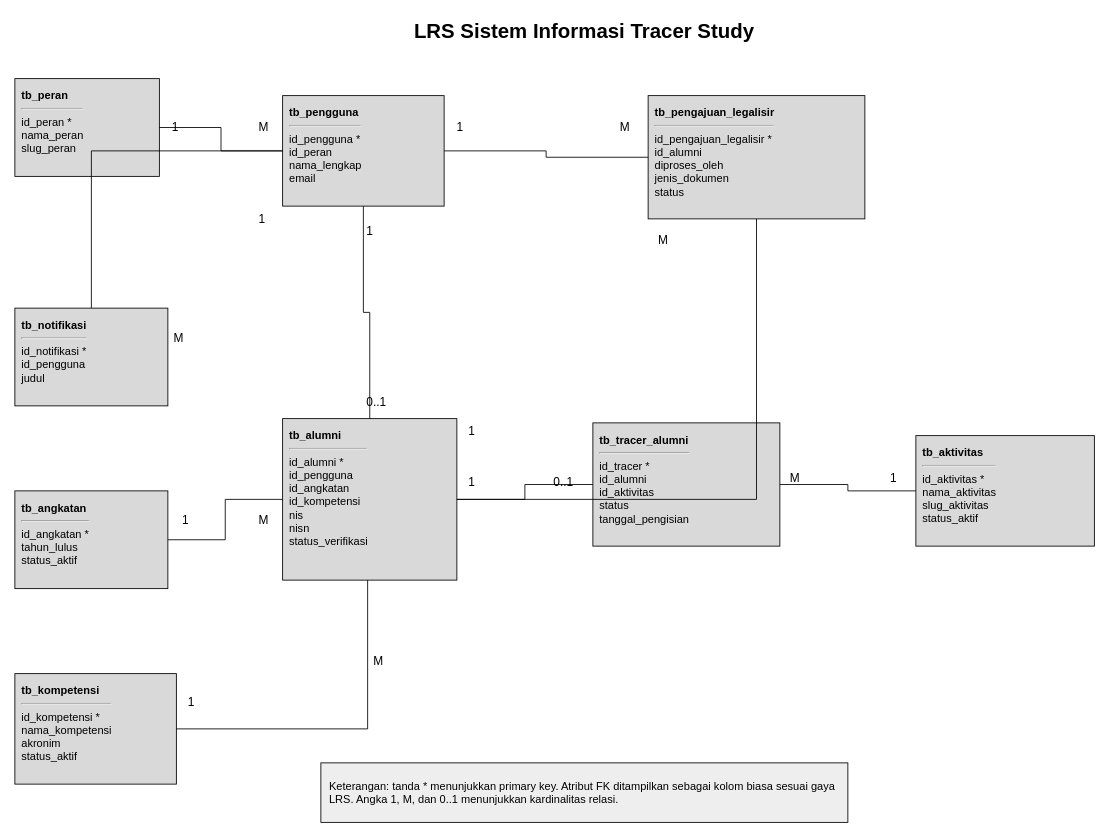
Above: docs/lrs-tracer-study.drawio in arsya1711/tracerstudy-tp3 (draw.io), before the change. Source tidied: cells renumbered, new cells numbered last; positions are measured from the earlier drawing's top-left corner, leaving out a move shared by most shapes. Both pictures are drawn from the tidied source at 85%, with x=0, y=0 at pixel (14, 14).
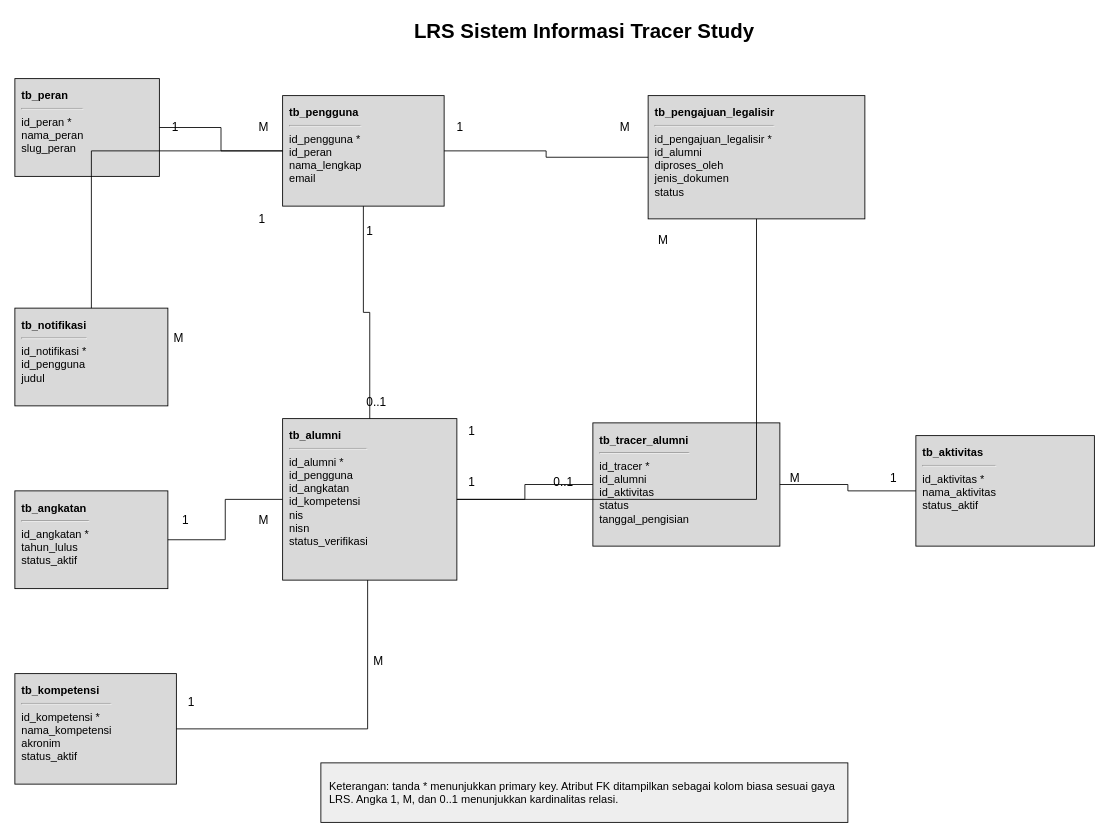
After the change.

Diff of the diagram source:
```diff
@@
-    <mxCell id="10" value="&lt;b&gt;tb_aktivitas&lt;/b&gt;&lt;hr&gt;id_aktivitas *&lt;br&gt;nama_aktivitas&lt;br&gt;slug_aktivitas&lt;br&gt;status_aktif" style="rounded=0;whiteSpace=wrap;html=1;fillColor=#d9d9d9;strokeColor=#000000;align=left;verticalAlign=top;spacing=8;fontSize=13;" parent="1" vertex="1">
+    <mxCell id="10" value="&lt;b&gt;tb_aktivitas&lt;/b&gt;&lt;hr&gt;id_aktivitas *&lt;br&gt;nama_aktivitas&lt;br&gt;status_aktif" style="rounded=0;whiteSpace=wrap;html=1;fillColor=#d9d9d9;strokeColor=#000000;align=left;verticalAlign=top;spacing=8;fontSize=13;" parent="1" vertex="1">
       <mxGeometry x="1060" y="495" width="210" height="130" as="geometry" />
     </mxCell>
```
